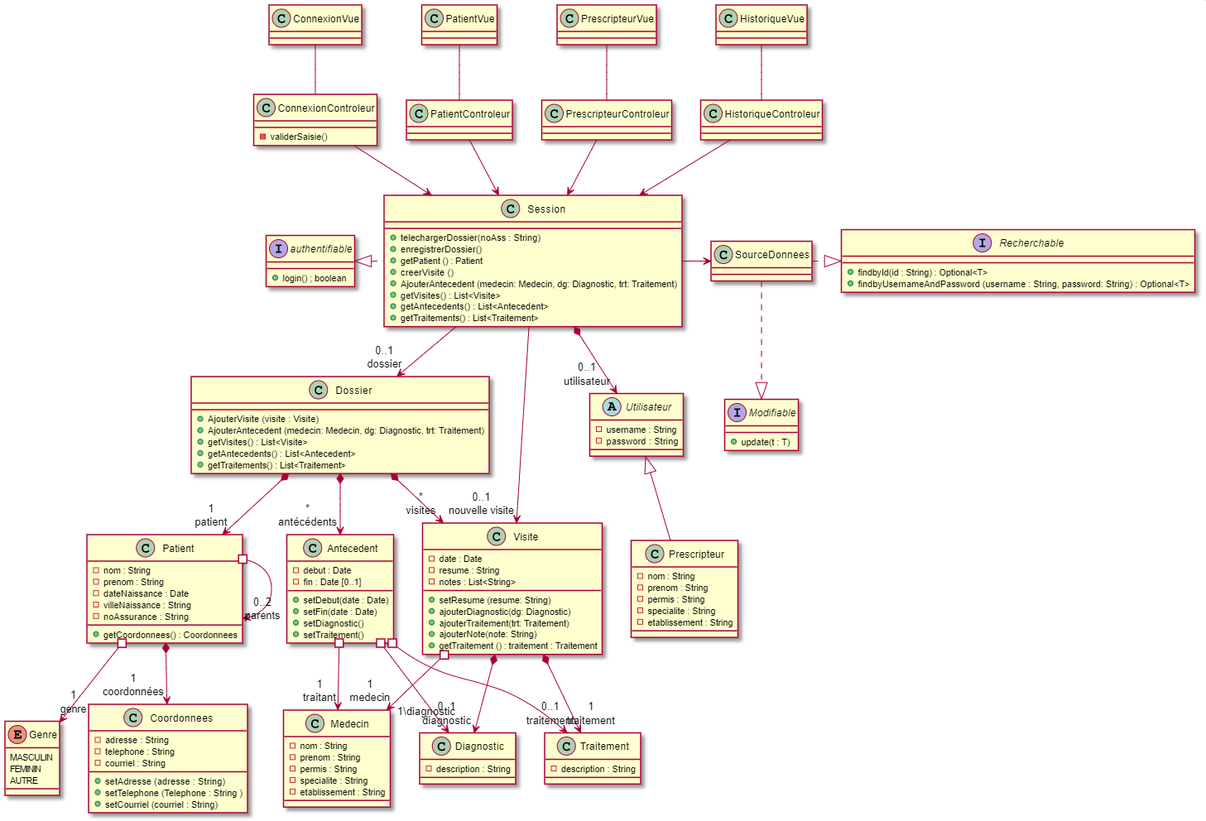
Above: models/Diagramme_Classes/class_diagram_medecin_mvc.png in fethiuqam/INF5153-Projet-Session (PlantUML), before the change. Its source is kept beside it as models/Diagramme_Classes/class_diagram_medecin_mvc.puml.
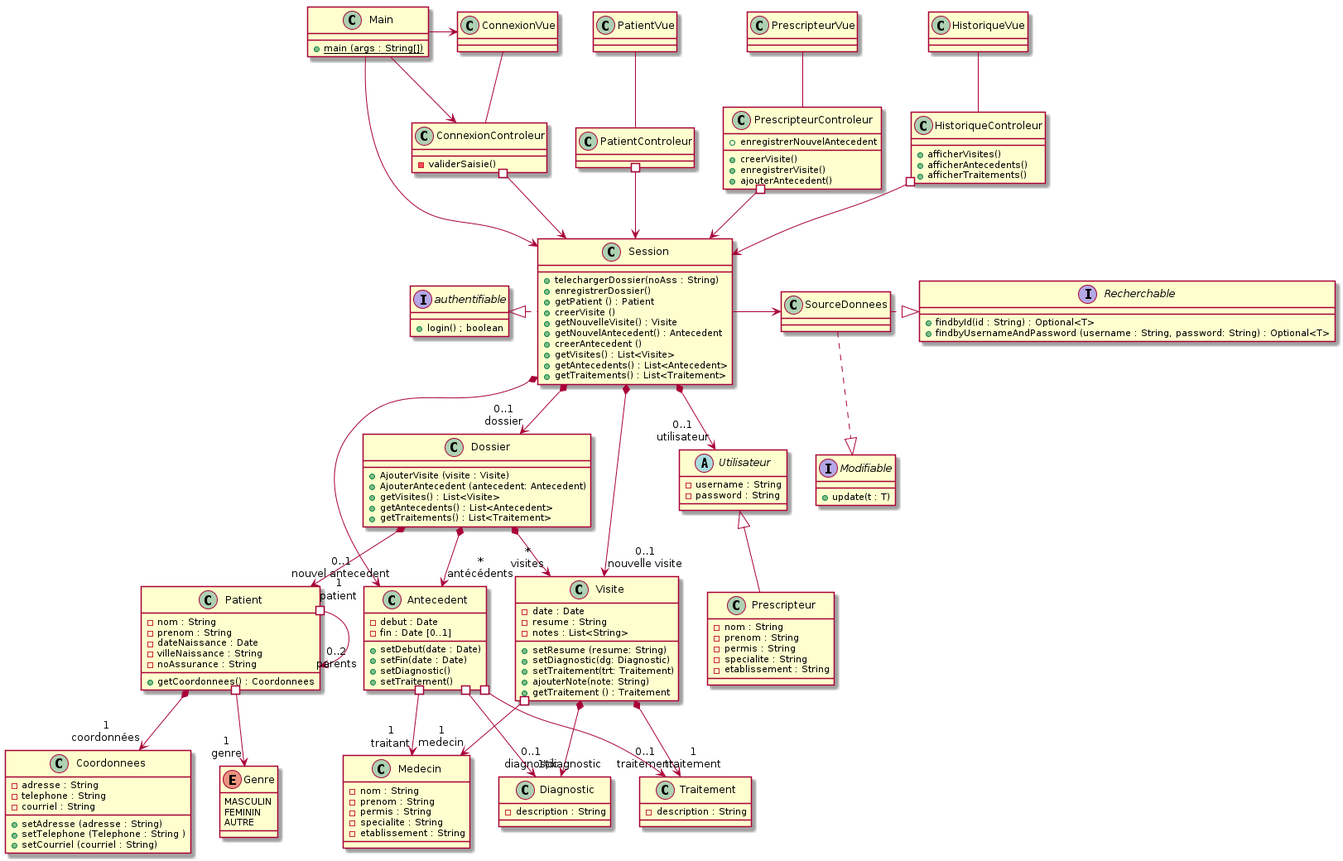
Above is the later version.

The edit, as a diff of the source:
```diff
@@ -26,7 +26,7 @@
 
 class Dossier {
     + AjouterVisite (visite : Visite)
-    + AjouterAntecedent (medecin: Medecin, dg: Diagnostic, trt: Traitement)
+    + AjouterAntecedent (antecedent: Antecedent)
     + getVisites() : List<Visite>
     + getAntecedents() : List<Antecedent>
     + getTraitements() : List<Traitement>
@@ -37,10 +37,10 @@
     - resume : String
     - notes : List<String>
     + setResume (resume: String)
-    + ajouterDiagnostic(dg: Diagnostic)
-    + ajouterTraitement(trt: Traitement)
+    + setDiagnostic(dg: Diagnostic)
+    + setTraitement(trt: Traitement)
     + ajouterNote(note: String)
-    +getTraitement () : traitement : Traitement
+    + getTraitement () : Traitement
 }
 
 class Antecedent {
@@ -100,7 +100,9 @@
     + enregistrerDossier()
     + getPatient () : Patient
     + creerVisite ()
-    + AjouterAntecedent (medecin: Medecin, dg: Diagnostic, trt: Traitement)
+    + getNouvelleVisite() : Visite
+    + getNouvelAntecedent() : Antecedent
+    + creerAntecedent ()
     + getVisites() : List<Visite>
     + getAntecedents() : List<Antecedent>
     + getTraitements() : List<Traitement>
@@ -134,12 +136,21 @@
 }
 
 class PrescripteurControleur {
-
+    + creerVisite()
+    + enregistrerVisite()
+    + ajouterAntecedent()
+    + enregistrerNouvelAntecedent
 }
 
 class HistoriqueControleur {
+    + afficherVisites()
+    + afficherAntecedents()
+    + afficherTraitements()
+}
 
-}
+class Main {
+        + {static} main (args : String[])
+    }
 
 Patient *--> "1\ncoordonnées" Coordonnees
 Patient #--> "0..2\nparents" Patient
@@ -157,10 +168,11 @@
 Antecedent #--> "1\diagnostic" Diagnostic
 Antecedent #--> "1\ntraitement" Traitement
 
-Session --> "0..1\ndossier" Dossier
+Session *--> "0..1\ndossier" Dossier
 
 Session -> SourceDonnees
-Session --> "0..1\nnouvelle visite" Visite
+Session *--> "0..1\nnouvelle visite" Visite
+Session *--> "0..1\nnouvel antecedent" Antecedent
 Session *--> "0..1\nutilisateur" Utilisateur
 Session .l.|> authentifiable
 
@@ -173,12 +185,15 @@
 PrescripteurVue -- PrescripteurControleur
 HistoriqueVue -- HistoriqueControleur
 
-ConnexionControleur --> Session
-PatientControleur --> Session
-PrescripteurControleur --> Session
-HistoriqueControleur --> Session
+ConnexionControleur #--> Session
+PatientControleur #--> Session
+PrescripteurControleur #--> Session
+HistoriqueControleur #--> Session
 
 Utilisateur <|-- Prescripteur
 
+Main -> ConnexionVue
+Main --> ConnexionControleur
+Main --> Session
 
 @enduml
```
